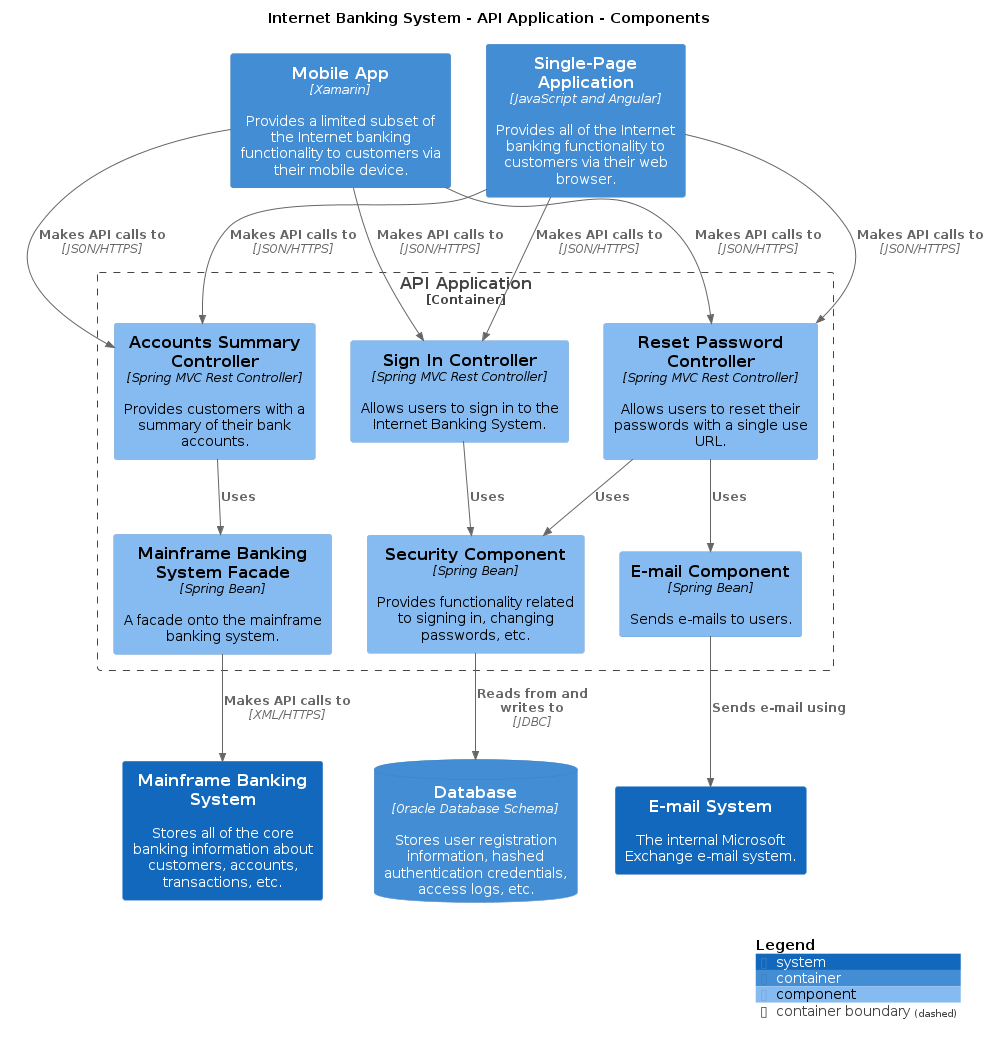
The PlantUML diagram main/png/Components.png in avisi-cloud/structurizr-site-generatr, before a commit.
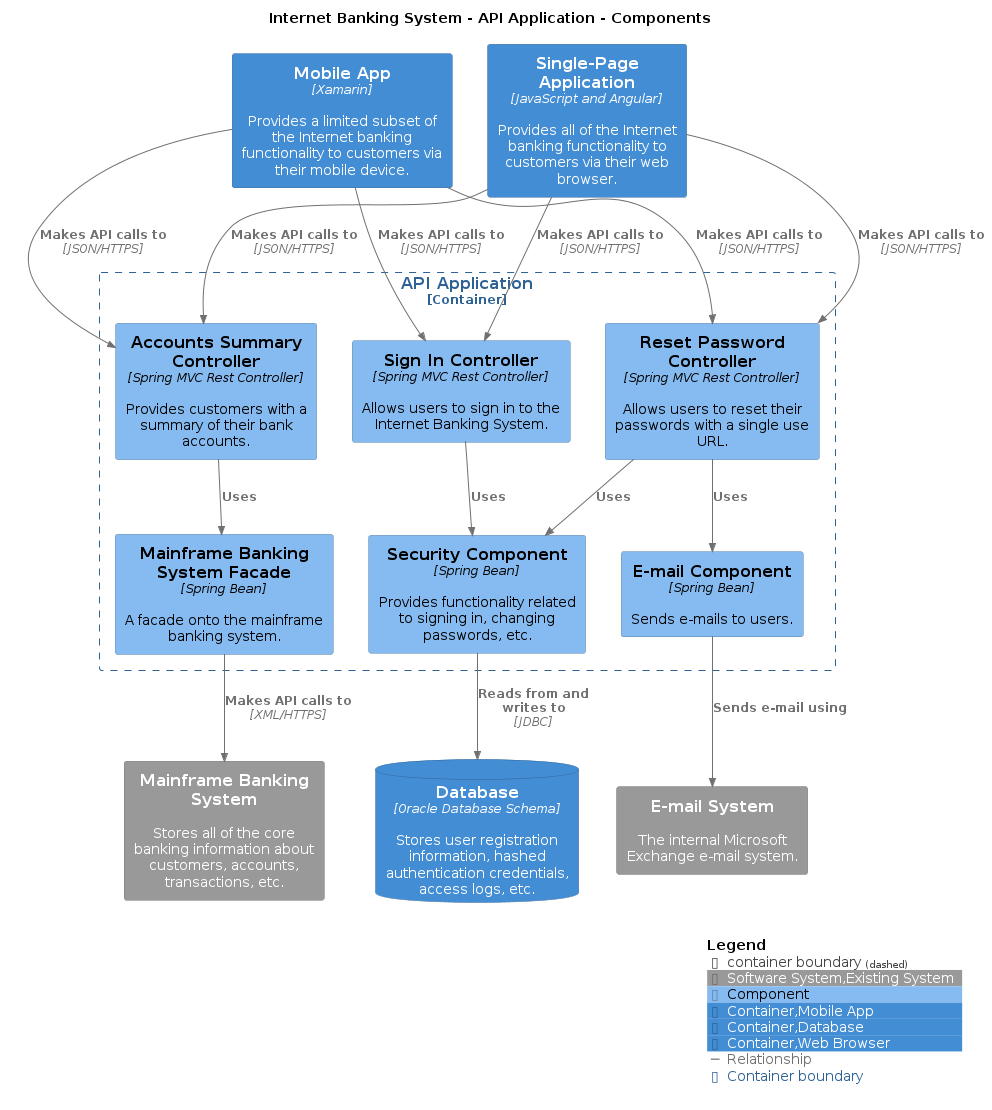
The same file after the commit.

What changed in the source:
```diff
@@ -9,34 +9,44 @@
 !include <C4/C4_Container>
 !include <C4/C4_Component>
 
-System(MainframeBankingSystem, "Mainframe Banking System", $descr="Stores all of the core banking information about customers, accounts, transactions, etc.", $tags="", $link="")
-System(EmailSystem, "E-mail System", $descr="The internal Microsoft Exchange e-mail system.", $tags="", $link="")
-ContainerDb(InternetBankingSystem.Database, "Database", $techn="Oracle Database Schema", $descr="Stores user registration information, hashed authentication credentials, access logs, etc.", $tags="", $link="")
-Container(InternetBankingSystem.SinglePageApplication, "Single-Page Application", $techn="JavaScript and Angular", $descr="Provides all of the Internet banking functionality to customers via their web browser.", $tags="", $link="")
-Container(InternetBankingSystem.MobileApp, "Mobile App", $techn="Xamarin", $descr="Provides a limited subset of the Internet banking functionality to customers via their mobile device.", $tags="", $link="")
+AddElementTag("Software System,Existing System", $bgColor="#999999", $borderColor="#6b6b6b", $fontColor="#ffffff", $sprite="", $shadowing="")
+AddElementTag("Component", $bgColor="#85bbf0", $borderColor="#5d82a8", $fontColor="#000000", $sprite="", $shadowing="")
+AddElementTag("Container,Mobile App", $bgColor="#438dd5", $borderColor="#2e6295", $fontColor="#ffffff", $sprite="", $shadowing="")
+AddElementTag("Container,Database", $bgColor="#438dd5", $borderColor="#2e6295", $fontColor="#ffffff", $sprite="", $shadowing="")
+AddElementTag("Container,Web Browser", $bgColor="#438dd5", $borderColor="#2e6295", $fontColor="#ffffff", $sprite="", $shadowing="")
 
-Container_Boundary("InternetBankingSystem.APIApplication_boundary", "API Application", $tags="") {
-  Component(InternetBankingSystem.APIApplication.SignInController, "Sign In Controller", $techn="Spring MVC Rest Controller", $descr="Allows users to sign in to the Internet Banking System.", $tags="", $link="")
-  Component(InternetBankingSystem.APIApplication.AccountsSummaryController, "Accounts Summary Controller", $techn="Spring MVC Rest Controller", $descr="Provides customers with a summary of their bank accounts.", $tags="", $link="")
-  Component(InternetBankingSystem.APIApplication.ResetPasswordController, "Reset Password Controller", $techn="Spring MVC Rest Controller", $descr="Allows users to reset their passwords with a single use URL.", $tags="", $link="")
-  Component(InternetBankingSystem.APIApplication.SecurityComponent, "Security Component", $techn="Spring Bean", $descr="Provides functionality related to signing in, changing passwords, etc.", $tags="", $link="")
-  Component(InternetBankingSystem.APIApplication.MainframeBankingSystemFacade, "Mainframe Banking System Facade", $techn="Spring Bean", $descr="A facade onto the mainframe banking system.", $tags="", $link="")
-  Component(InternetBankingSystem.APIApplication.EmailComponent, "E-mail Component", $techn="Spring Bean", $descr="Sends e-mails to users.", $tags="", $link="")
+AddRelTag("Relationship", $textColor="#707070", $lineColor="#707070", $lineStyle = "")
+
+AddBoundaryTag("Container", $bgColor="#ffffff", $borderColor="#2e6295", $fontColor="#2e6295", $shadowing="")
+
+System(MainframeBankingSystem, "Mainframe Banking System", $descr="Stores all of the core banking information about customers, accounts, transactions, etc.", $tags="Software System,Existing System", $link="")
+System(EmailSystem, "E-mail System", $descr="The internal Microsoft Exchange e-mail system.", $tags="Software System,Existing System", $link="")
+ContainerDb(InternetBankingSystem.Database, "Database", $techn="Oracle Database Schema", $descr="Stores user registration information, hashed authentication credentials, access logs, etc.", $tags="Container,Database", $link="")
+Container(InternetBankingSystem.SinglePageApplication, "Single-Page Application", $techn="JavaScript and Angular", $descr="Provides all of the Internet banking functionality to customers via their web browser.", $tags="Container,Web Browser", $link="")
+Container(InternetBankingSystem.MobileApp, "Mobile App", $techn="Xamarin", $descr="Provides a limited subset of the Internet banking functionality to customers via their mobile device.", $tags="Container,Mobile App", $link="")
+
+Container_Boundary("InternetBankingSystem.APIApplication_boundary", "API Application", $tags="Container") {
+  Component(InternetBankingSystem.APIApplication.SignInController, "Sign In Controller", $techn="Spring MVC Rest Controller", $descr="Allows users to sign in to the Internet Banking System.", $tags="Component", $link="")
+  Component(InternetBankingSystem.APIApplication.AccountsSummaryController, "Accounts Summary Controller", $techn="Spring MVC Rest Controller", $descr="Provides customers with a summary of their bank accounts.", $tags="Component", $link="")
+  Component(InternetBankingSystem.APIApplication.ResetPasswordController, "Reset Password Controller", $techn="Spring MVC Rest Controller", $descr="Allows users to reset their passwords with a single use URL.", $tags="Component", $link="")
+  Component(InternetBankingSystem.APIApplication.SecurityComponent, "Security Component", $techn="Spring Bean", $descr="Provides functionality related to signing in, changing passwords, etc.", $tags="Component", $link="")
+  Component(InternetBankingSystem.APIApplication.MainframeBankingSystemFacade, "Mainframe Banking System Facade", $techn="Spring Bean", $descr="A facade onto the mainframe banking system.", $tags="Component", $link="")
+  Component(InternetBankingSystem.APIApplication.EmailComponent, "E-mail Component", $techn="Spring Bean", $descr="Sends e-mails to users.", $tags="Component", $link="")
 }
 
-Rel_D(InternetBankingSystem.SinglePageApplication, InternetBankingSystem.APIApplication.SignInController, "Makes API calls to", $techn="JSON/HTTPS", $tags="", $link="")
-Rel_D(InternetBankingSystem.SinglePageApplication, InternetBankingSystem.APIApplication.AccountsSummaryController, "Makes API calls to", $techn="JSON/HTTPS", $tags="", $link="")
-Rel_D(InternetBankingSystem.SinglePageApplication, InternetBankingSystem.APIApplication.ResetPasswordController, "Makes API calls to", $techn="JSON/HTTPS", $tags="", $link="")
-Rel_D(InternetBankingSystem.MobileApp, InternetBankingSystem.APIApplication.SignInController, "Makes API calls to", $techn="JSON/HTTPS", $tags="", $link="")
-Rel_D(InternetBankingSystem.MobileApp, InternetBankingSystem.APIApplication.AccountsSummaryController, "Makes API calls to", $techn="JSON/HTTPS", $tags="", $link="")
-Rel_D(InternetBankingSystem.MobileApp, InternetBankingSystem.APIApplication.ResetPasswordController, "Makes API calls to", $techn="JSON/HTTPS", $tags="", $link="")
-Rel_D(InternetBankingSystem.APIApplication.SignInController, InternetBankingSystem.APIApplication.SecurityComponent, "Uses", $techn="", $tags="", $link="")
-Rel_D(InternetBankingSystem.APIApplication.AccountsSummaryController, InternetBankingSystem.APIApplication.MainframeBankingSystemFacade, "Uses", $techn="", $tags="", $link="")
-Rel_D(InternetBankingSystem.APIApplication.ResetPasswordController, InternetBankingSystem.APIApplication.SecurityComponent, "Uses", $techn="", $tags="", $link="")
-Rel_D(InternetBankingSystem.APIApplication.ResetPasswordController, InternetBankingSystem.APIApplication.EmailComponent, "Uses", $techn="", $tags="", $link="")
-Rel_D(InternetBankingSystem.APIApplication.SecurityComponent, InternetBankingSystem.Database, "Reads from and writes to", $techn="JDBC", $tags="", $link="")
-Rel_D(InternetBankingSystem.APIApplication.MainframeBankingSystemFacade, MainframeBankingSystem, "Makes API calls to", $techn="XML/HTTPS", $tags="", $link="")
-Rel_D(InternetBankingSystem.APIApplication.EmailComponent, EmailSystem, "Sends e-mail using", $techn="", $tags="", $link="")
+Rel_D(InternetBankingSystem.SinglePageApplication, InternetBankingSystem.APIApplication.SignInController, "Makes API calls to", $techn="JSON/HTTPS", $tags="Relationship", $link="")
+Rel_D(InternetBankingSystem.SinglePageApplication, InternetBankingSystem.APIApplication.AccountsSummaryController, "Makes API calls to", $techn="JSON/HTTPS", $tags="Relationship", $link="")
+Rel_D(InternetBankingSystem.SinglePageApplication, InternetBankingSystem.APIApplication.ResetPasswordController, "Makes API calls to", $techn="JSON/HTTPS", $tags="Relationship", $link="")
+Rel_D(InternetBankingSystem.MobileApp, InternetBankingSystem.APIApplication.SignInController, "Makes API calls to", $techn="JSON/HTTPS", $tags="Relationship", $link="")
+Rel_D(InternetBankingSystem.MobileApp, InternetBankingSystem.APIApplication.AccountsSummaryController, "Makes API calls to", $techn="JSON/HTTPS", $tags="Relationship", $link="")
+Rel_D(InternetBankingSystem.MobileApp, InternetBankingSystem.APIApplication.ResetPasswordController, "Makes API calls to", $techn="JSON/HTTPS", $tags="Relationship", $link="")
+Rel_D(InternetBankingSystem.APIApplication.SignInController, InternetBankingSystem.APIApplication.SecurityComponent, "Uses", $techn="", $tags="Relationship", $link="")
+Rel_D(InternetBankingSystem.APIApplication.AccountsSummaryController, InternetBankingSystem.APIApplication.MainframeBankingSystemFacade, "Uses", $techn="", $tags="Relationship", $link="")
+Rel_D(InternetBankingSystem.APIApplication.ResetPasswordController, InternetBankingSystem.APIApplication.SecurityComponent, "Uses", $techn="", $tags="Relationship", $link="")
+Rel_D(InternetBankingSystem.APIApplication.ResetPasswordController, InternetBankingSystem.APIApplication.EmailComponent, "Uses", $techn="", $tags="Relationship", $link="")
+Rel_D(InternetBankingSystem.APIApplication.SecurityComponent, InternetBankingSystem.Database, "Reads from and writes to", $techn="JDBC", $tags="Relationship", $link="")
+Rel_D(InternetBankingSystem.APIApplication.MainframeBankingSystemFacade, MainframeBankingSystem, "Makes API calls to", $techn="XML/HTTPS", $tags="Relationship", $link="")
+Rel_D(InternetBankingSystem.APIApplication.EmailComponent, EmailSystem, "Sends e-mail using", $techn="", $tags="Relationship", $link="")
 
 SHOW_LEGEND(true)
 @enduml
```
